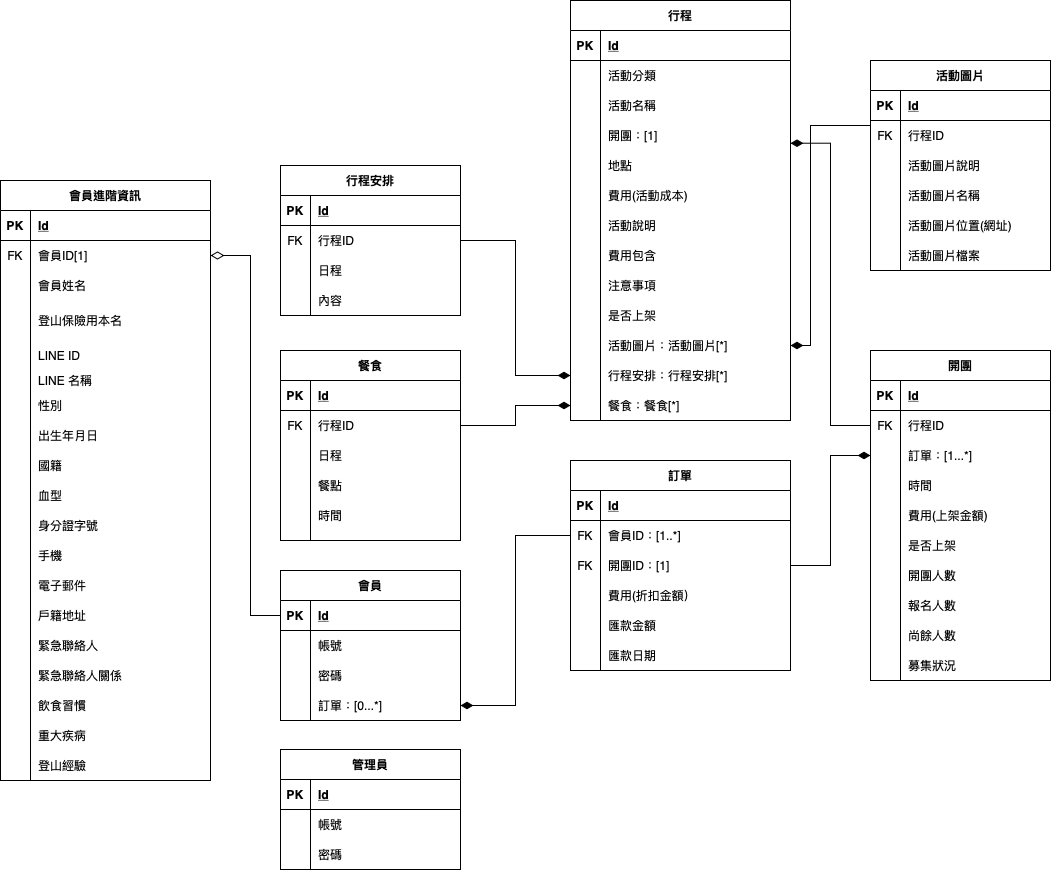
Yizi-Yeh/MT-Databaseplanning keeps this draw.io diagram as Untitled Diagram.png. Above is the earlier version. Source tidied: cells renumbered, new cells last; positions are measured from the earlier drawing's top-left corner, leaving out a move shared by most shapes.
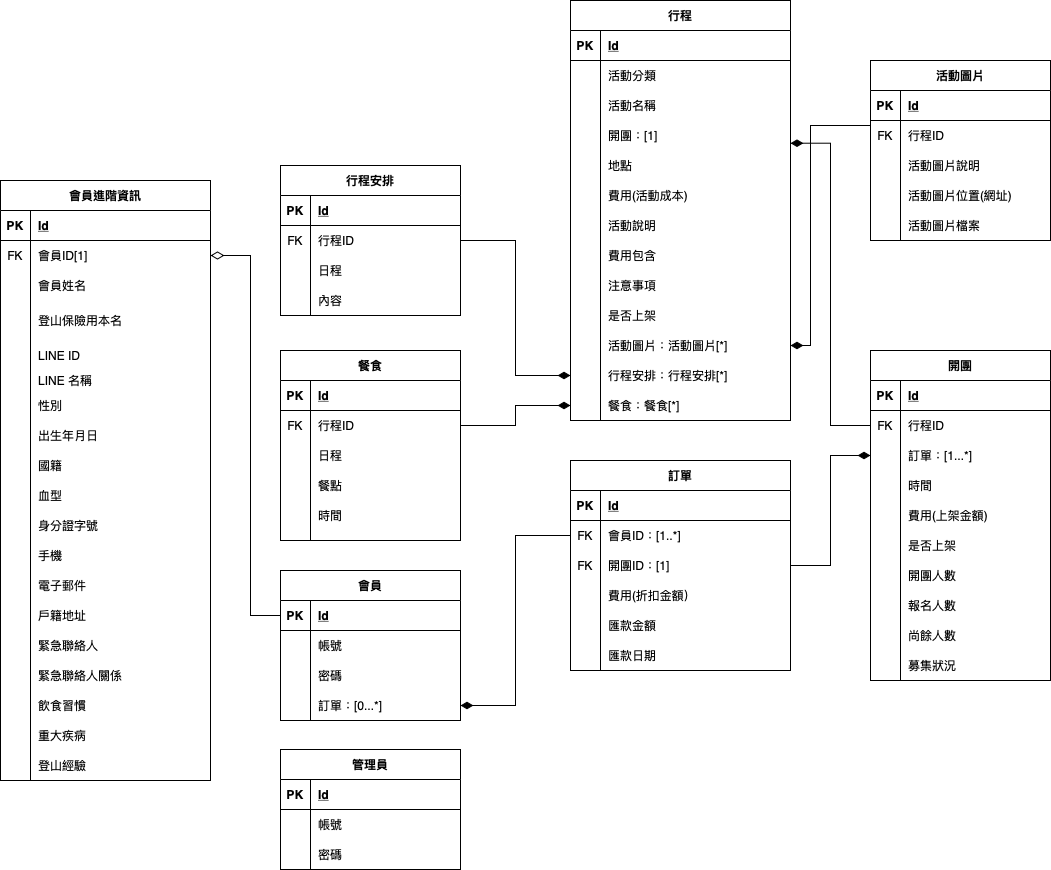
After the commit.

Commit message:
資料庫規劃_R7.png

Diff of the diagram source:
```diff
@@ -303,7 +303,7 @@
       <mxGeometry x="30" width="150" height="30" as="geometry" />
     </mxCell>
     <mxCell id="102" value="活動圖片" style="shape=table;startSize=30;rowLines=0;fontStyle=1;align=center;fillColor=none;" parent="1" vertex="1">
-      <mxGeometry x="870" y="60" width="180" height="210" as="geometry" />
+      <mxGeometry x="870" y="60" width="180" height="180" as="geometry" />
     </mxCell>
     <mxCell id="103" style="shape=partialRectangle;fillColor=none;top=0;left=0;bottom=1;right=0;" parent="102" vertex="1">
       <mxGeometry y="30" width="180" height="30" as="geometry" />
@@ -332,17 +332,8 @@
     <mxCell id="111" value="活動圖片說明" style="shape=partialRectangle;fillColor=none;top=0;left=0;bottom=0;right=0;align=left;spacingLeft=6;overflow=hidden;" parent="109" vertex="1">
       <mxGeometry x="30" width="150" height="30" as="geometry" />
     </mxCell>
-    <mxCell id="112" style="shape=partialRectangle;fillColor=none;top=0;left=0;bottom=0;right=0;" parent="102" vertex="1">
-      <mxGeometry y="120" width="180" height="30" as="geometry" />
-    </mxCell>
-    <mxCell id="113" style="shape=partialRectangle;fillColor=none;top=0;left=0;bottom=0;right=0;overflow=hidden;" parent="112" vertex="1">
-      <mxGeometry width="30" height="30" as="geometry" />
-    </mxCell>
-    <mxCell id="114" value="活動圖片名稱" style="shape=partialRectangle;fillColor=none;top=0;left=0;bottom=0;right=0;align=left;spacingLeft=6;overflow=hidden;" parent="112" vertex="1">
-      <mxGeometry x="30" width="150" height="30" as="geometry" />
-    </mxCell>
     <mxCell id="115" style="shape=partialRectangle;fillColor=none;top=0;left=0;bottom=0;right=0;" parent="102" vertex="1">
-      <mxGeometry y="150" width="180" height="30" as="geometry" />
+      <mxGeometry y="120" width="180" height="30" as="geometry" />
     </mxCell>
     <mxCell id="116" style="shape=partialRectangle;fillColor=none;top=0;left=0;bottom=0;right=0;overflow=hidden;" parent="115" vertex="1">
       <mxGeometry width="30" height="30" as="geometry" />
@@ -351,7 +342,7 @@
       <mxGeometry x="30" width="150" height="30" as="geometry" />
     </mxCell>
     <mxCell id="118" style="shape=partialRectangle;fillColor=none;top=0;left=0;bottom=0;right=0;" parent="102" vertex="1">
-      <mxGeometry y="180" width="180" height="30" as="geometry" />
+      <mxGeometry y="150" width="180" height="30" as="geometry" />
     </mxCell>
     <mxCell id="119" style="shape=partialRectangle;fillColor=none;top=0;left=0;bottom=0;right=0;overflow=hidden;" parent="118" vertex="1">
       <mxGeometry width="30" height="30" as="geometry" />
```
